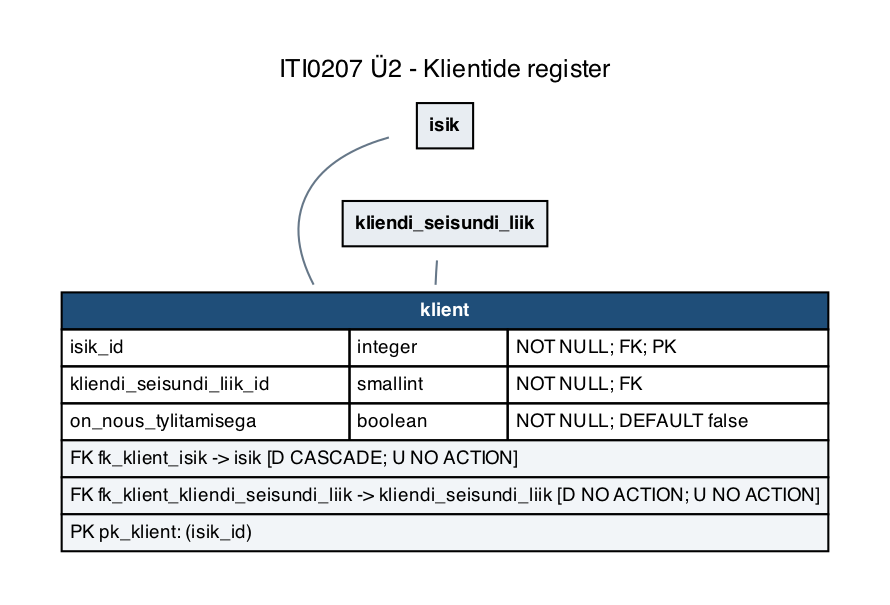
Above: iti0207-epood/docs/diagrams/u2-04-kliendid.png in tamkivi/andmebaasid-projekt (Graphviz), before the change. Its source is kept beside it as iti0207-epood/docs/diagrams/u2-04-kliendid.dot.
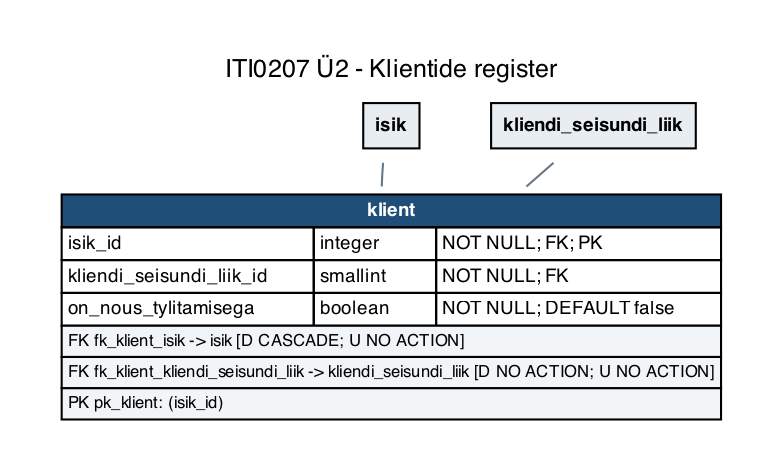
After the change.

What changed in the source:
```diff
@@ -5,11 +5,11 @@
   edge [color="#667788", dir=none, fontsize=8, fontname=Helvetica];
   labelloc="t";
   label="ITI0207 Ü2 - Klientide register";
-  "klient" [label=<<TABLE BORDER="0" CELLBORDER="1" CELLSPACING="0" CELLPADDING="3"><TR><TD COLSPAN="3" BGCOLOR="#1f4e79"><FONT COLOR="white"><B>klient</B></FONT></TD></TR><TR><TD ALIGN="LEFT">isik_id</TD><TD ALIGN="LEFT">integer</TD><TD ALIGN="LEFT">NOT NULL; FK; PK</TD></TR><TR><TD ALIGN="LEFT">kliendi_seisundi_liik_id</TD><TD ALIGN="LEFT">smallint</TD><TD ALIGN="LEFT">NOT NULL; FK</TD></TR><TR><TD ALIGN="LEFT">on_nous_tylitamisega</TD><TD ALIGN="LEFT">boolean</TD><TD ALIGN="LEFT">NOT NULL; DEFAULT false</TD></TR><TR><TD COLSPAN="3" ALIGN="LEFT" BGCOLOR="#f2f5f8"><FONT POINT-SIZE="9">FK fk_klient_isik -&gt; isik [D CASCADE; U NO ACTION]</FONT></TD></TR><TR><TD COLSPAN="3" ALIGN="LEFT" BGCOLOR="#f2f5f8"><FONT POINT-SIZE="9">FK fk_klient_kliendi_seisundi_liik -&gt; kliendi_seisundi_liik [D NO ACTION; U NO ACTION]</FONT></TD></TR><TR><TD COLSPAN="3" ALIGN="LEFT" BGCOLOR="#f2f5f8"><FONT POINT-SIZE="9">PK pk_klient: (isik_id)</FONT></TD></TR></TABLE>>];
+  "klient" [label=<<TABLE BORDER="0" CELLBORDER="1" CELLSPACING="0" CELLPADDING="2"><TR><TD COLSPAN="3" BGCOLOR="#1f4e79"><FONT COLOR="white"><B>klient</B></FONT></TD></TR><TR><TD ALIGN="LEFT">isik_id</TD><TD ALIGN="LEFT">integer</TD><TD ALIGN="LEFT">NOT NULL; FK; PK</TD></TR><TR><TD ALIGN="LEFT">kliendi_seisundi_liik_id</TD><TD ALIGN="LEFT">smallint</TD><TD ALIGN="LEFT">NOT NULL; FK</TD></TR><TR><TD ALIGN="LEFT">on_nous_tylitamisega</TD><TD ALIGN="LEFT">boolean</TD><TD ALIGN="LEFT">NOT NULL; DEFAULT false</TD></TR><TR><TD COLSPAN="3" ALIGN="LEFT" BGCOLOR="#f2f5f8"><FONT POINT-SIZE="8">FK fk_klient_isik -&gt; isik [D CASCADE; U NO ACTION]</FONT></TD></TR><TR><TD COLSPAN="3" ALIGN="LEFT" BGCOLOR="#f2f5f8"><FONT POINT-SIZE="8">FK fk_klient_kliendi_seisundi_liik -&gt; kliendi_seisundi_liik [D NO ACTION; U NO ACTION]</FONT></TD></TR><TR><TD COLSPAN="3" ALIGN="LEFT" BGCOLOR="#f2f5f8"><FONT POINT-SIZE="8">PK pk_klient: (isik_id)</FONT></TD></TR></TABLE>>];
   "isik" [label=<<TABLE BORDER="0" CELLBORDER="1" CELLSPACING="0" CELLPADDING="5"><TR><TD BGCOLOR="#e8edf2"><B>isik</B></TD></TR></TABLE>>];
   "kliendi_seisundi_liik" [label=<<TABLE BORDER="0" CELLBORDER="1" CELLSPACING="0" CELLPADDING="5"><TR><TD BGCOLOR="#e8edf2"><B>kliendi_seisundi_liik</B></TD></TR></TABLE>>];
   "isik" -> "klient";
   "kliendi_seisundi_liik" -> "klient";
-  "isik" -> "kliendi_seisundi_liik" [style=invis, weight=100];
-  "kliendi_seisundi_liik" -> "klient" [style=invis, weight=100];
+  { rank=same; "isik"; "kliendi_seisundi_liik"; }
+  "isik" -> "klient" [style=invis, weight=100];
 }
```
